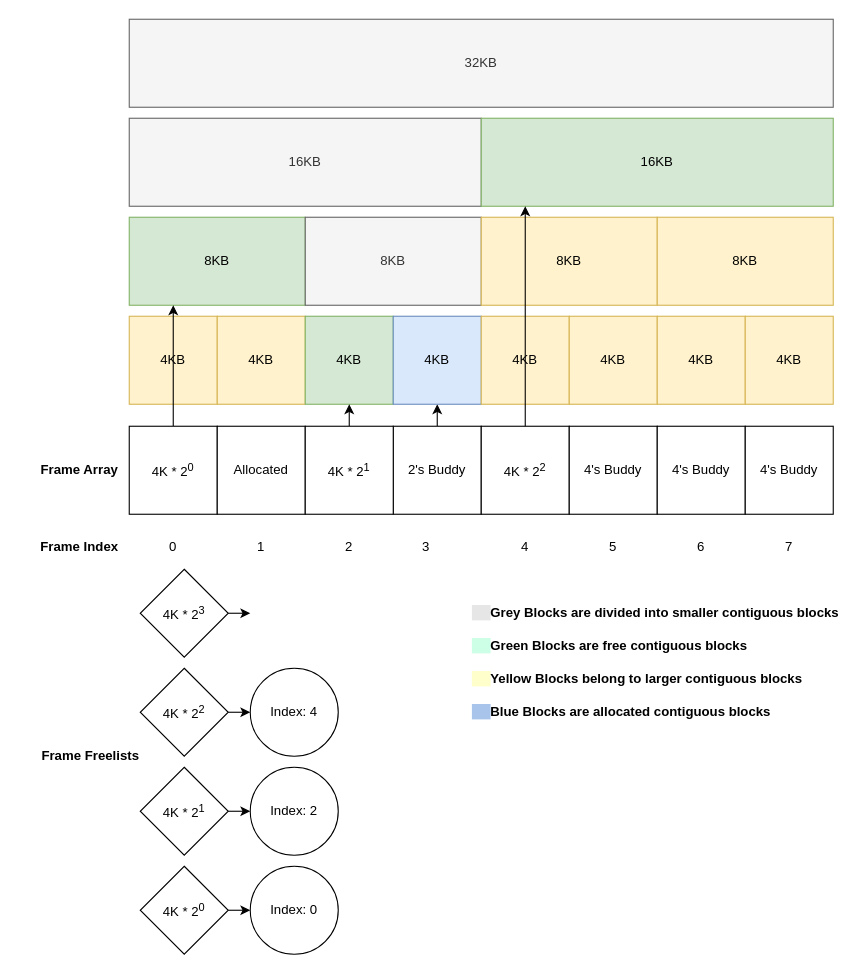
This is drawio/buddy.drawio from GrassLab/NYCU_Operating_System_Capstone, a draw.io file, before an edit. Source tidied: cells renumbered, new cells numbered last; positions are measured from the earlier drawing's top-left corner, leaving out a move shared by most shapes. Both pictures are drawn from the tidied source at 110%, with x=0, y=0 at pixel (19, 19).
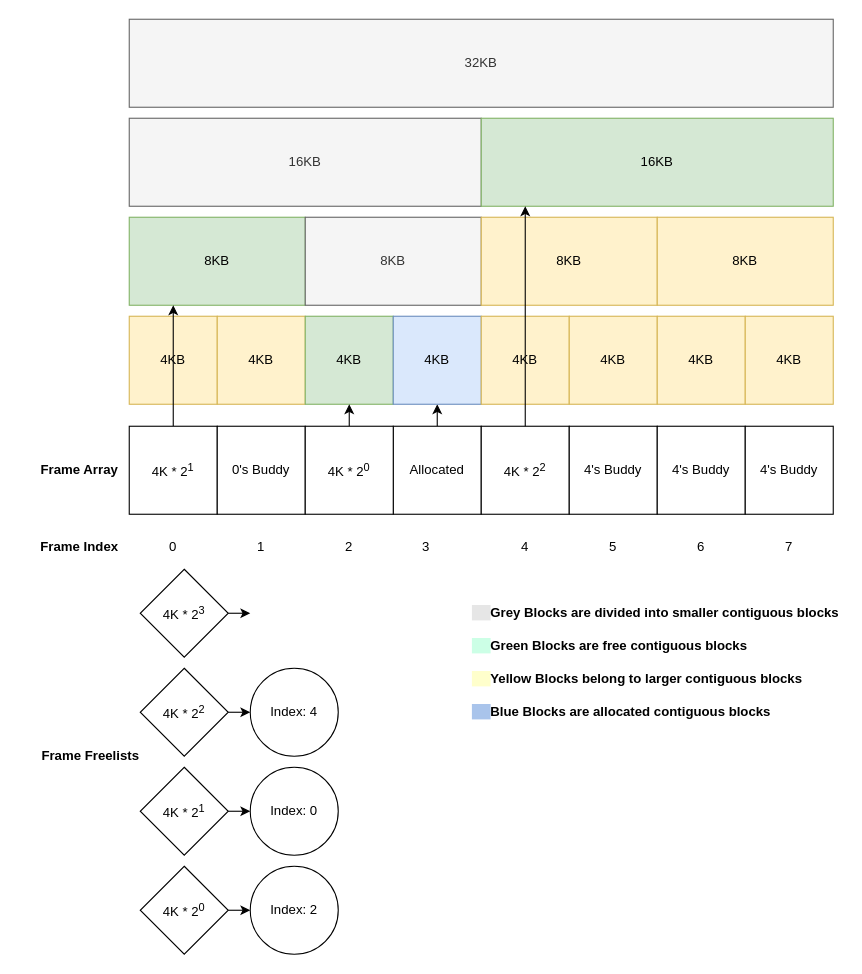
Above is the later version.

Commit message (it also covers changes not shown here):
fix error in the example picture

The edit, as a diff of the source:
```diff
@@
-    <mxCell id="13" value="4K * 2&lt;sup&gt;0&lt;/sup&gt;" style="whiteSpace=wrap;html=1;" parent="1" vertex="1">
+    <mxCell id="13" value="4K * 2&lt;sup&gt;1&lt;/sup&gt;" style="whiteSpace=wrap;html=1;" parent="1" vertex="1">
       <mxGeometry x="100" y="370" width="80" height="80" as="geometry" />
     </mxCell>
-    <mxCell id="14" value="Allocated" style="whiteSpace=wrap;html=1;" parent="1" vertex="1">
+    <mxCell id="14" value="0's Buddy" style="whiteSpace=wrap;html=1;" parent="1" vertex="1">
       <mxGeometry x="180" y="370" width="80" height="80" as="geometry" />
     </mxCell>
@@
-    <mxCell id="16" value="2's Buddy" style="whiteSpace=wrap;html=1;" parent="1" vertex="1">
+    <mxCell id="16" value="Allocated" style="whiteSpace=wrap;html=1;" parent="1" vertex="1">
       <mxGeometry x="340" y="370" width="80" height="80" as="geometry" />
     </mxCell>
@@
-    <mxCell id="36" value="4K * 2&lt;sup&gt;1&lt;/sup&gt;" style="whiteSpace=wrap;html=1;" parent="1" vertex="1">
+    <mxCell id="36" value="4K * 2&lt;sup&gt;0&lt;/sup&gt;" style="whiteSpace=wrap;html=1;" parent="1" vertex="1">
       <mxGeometry x="260" y="370" width="80" height="80" as="geometry" />
     </mxCell>
@@
-    <mxCell id="44" value="Index: 2" style="ellipse;whiteSpace=wrap;html=1;" parent="1" vertex="1">
+    <mxCell id="44" value="Index: 0" style="ellipse;whiteSpace=wrap;html=1;" parent="1" vertex="1">
       <mxGeometry x="210" y="680" width="80" height="80" as="geometry" />
     </mxCell>
@@
-    <mxCell id="46" value="Index: 0" style="ellipse;whiteSpace=wrap;html=1;" parent="1" vertex="1">
+    <mxCell id="46" value="Index: 2" style="ellipse;whiteSpace=wrap;html=1;" parent="1" vertex="1">
       <mxGeometry x="210" y="770" width="80" height="80" as="geometry" />
     </mxCell>
```
